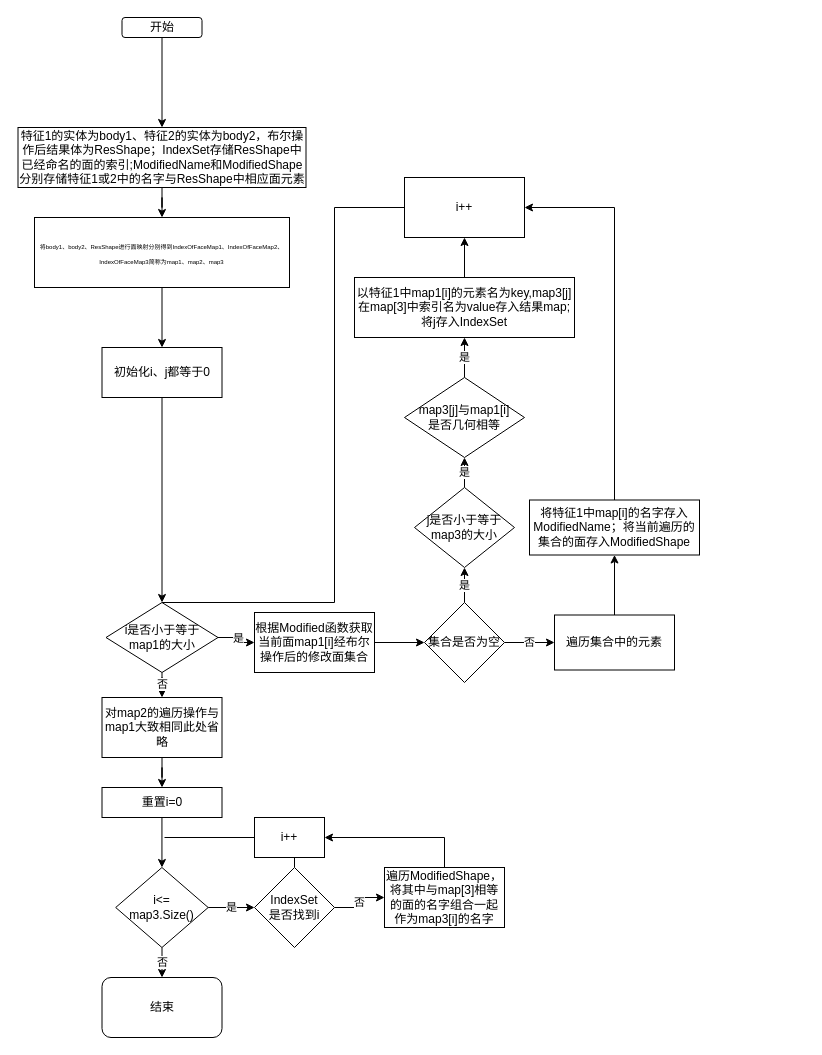
Earlier version of the draw.io diagram 属性传递机制.drawio (liuhuliuhu123/First-test). Source tidied: cells renumbered, new cells numbered last; positions are measured from the earlier drawing's top-left corner, leaving out a move shared by most shapes. Both pictures are drawn from the tidied source at 100%, with x=0, y=0 at pixel (18, 17).
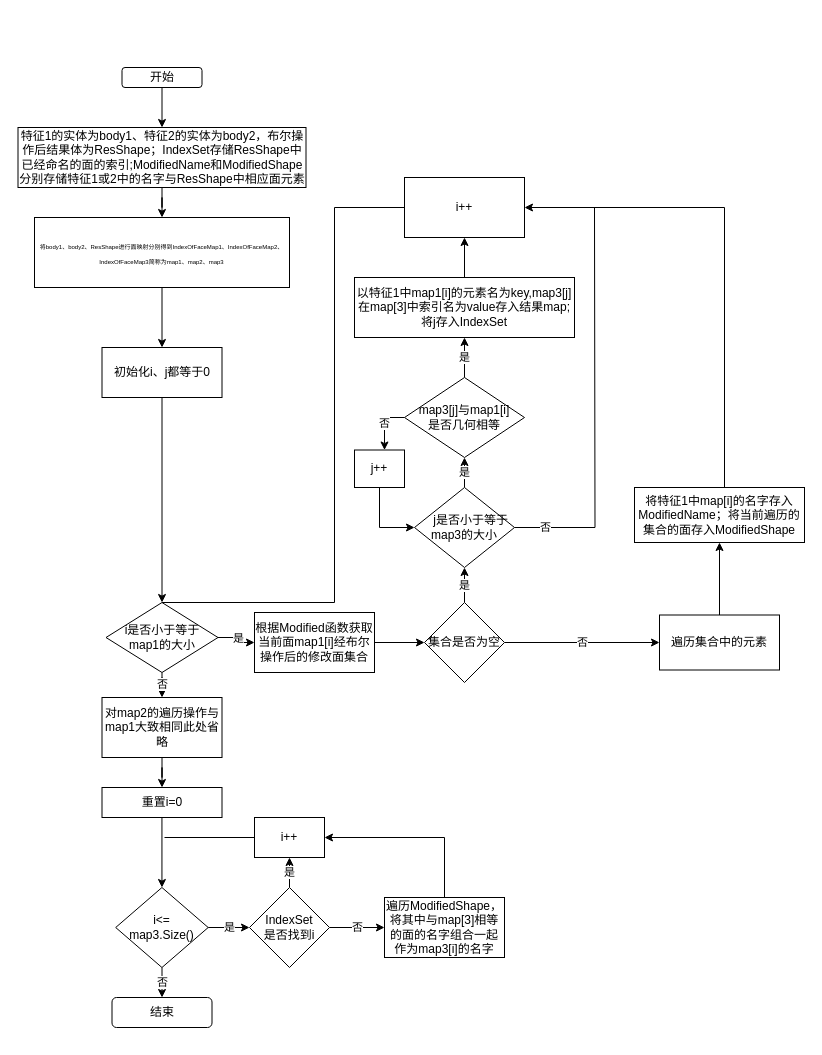
The same diagram, later.

Commit message:
更新属性传递机制.drawio

The change refers to these unchanged cells:
```xml
<mxCell id="21" value="i++" style="rounded=0;whiteSpace=wrap;html=1;" parent="1" vertex="1">
  <mxGeometry x="386" y="160" width="120" height="60" as="geometry" />
</mxCell>
<mxCell id="25" value="map3[j]与map1[i]&lt;br&gt;是否几何相等" style="rhombus;whiteSpace=wrap;html=1;" parent="1" vertex="1">
  <mxGeometry x="386" y="360" width="120" height="80" as="geometry" />
</mxCell>
<mxCell id="43" value="i++" style="rounded=0;whiteSpace=wrap;html=1;" parent="1" vertex="1">
  <mxGeometry x="236" y="800" width="70" height="40" as="geometry" />
</mxCell>
```

Change to the diagram source:
```diff
@@
     <mxCell id="3" value="开始" style="rounded=1;whiteSpace=wrap;html=1;" parent="1" vertex="1">
-      <mxGeometry x="103.5" width="80" height="20" as="geometry" />
+      <mxGeometry x="103.5" y="50" width="80" height="20" as="geometry" />
     </mxCell>
@@
     <mxCell id="18" value="遍历集合中的元素" style="rounded=0;whiteSpace=wrap;html=1;" parent="1" vertex="1">
-      <mxGeometry x="536" y="597.5" width="120" height="55" as="geometry" />
+      <mxGeometry x="641" y="597.5" width="120" height="55" as="geometry" />
     </mxCell>
@@
-    <mxCell id="23" value="j是否小于等于&lt;br&gt;map3的大小" style="rhombus;whiteSpace=wrap;html=1;" parent="1" vertex="1">
+    <mxCell id="23" value="&amp;nbsp; &amp;nbsp; j是否小于等于&lt;br&gt;map3的大小" style="rhombus;whiteSpace=wrap;html=1;" parent="1" vertex="1">
       <mxGeometry x="396" y="470" width="100" height="80" as="geometry" />
     </mxCell>
@@
+    <mxCell id="46" value="否" style="edgeStyle=orthogonalEdgeStyle;rounded=0;jettySize=auto;html=1;" parent="1" edge="1" source="25" target="48">
+      <mxGeometry relative="1" as="geometry">
+        <Array as="points">
+          <mxPoint x="366" y="400" />
+        </Array>
+      </mxGeometry>
+    </mxCell>
@@
     <mxCell id="29" style="edgeStyle=orthogonalEdgeStyle;rounded=0;jettySize=auto;html=1;entryX=1;entryY=0.5;entryDx=0;entryDy=0;" parent="1" edge="1" source="30" target="21">
       <mxGeometry relative="1" as="geometry">
         <Array as="points">
-          <mxPoint x="596" y="190" />
+          <mxPoint x="706" y="190" />
         </Array>
       </mxGeometry>
     </mxCell>
     <mxCell id="30" value="将特征1中map[i]的名字存入ModifiedName；将当前遍历的集合的面存入ModifiedShape" style="rounded=0;whiteSpace=wrap;html=1;" parent="1" vertex="1">
-      <mxGeometry x="511" y="482.5" width="170" height="55" as="geometry" />
+      <mxGeometry x="616" y="470" width="170" height="55" as="geometry" />
     </mxCell>
@@
     <mxCell id="37" value="i&amp;lt;=&lt;br&gt;map3.Size()" style="rhombus;whiteSpace=wrap;html=1;" parent="1" vertex="1">
-      <mxGeometry x="97.2" y="850" width="92.5" height="80" as="geometry" />
+      <mxGeometry x="97.2" y="870" width="92.5" height="80" as="geometry" />
     </mxCell>
@@
-    <mxCell id="39" style="edgeStyle=orthogonalEdgeStyle;rounded=0;jettySize=auto;html=1;entryX=0.5;entryY=1;entryDx=0;entryDy=0;" parent="1" edge="1" source="40" target="43">
+    <mxCell id="39" value="是" style="edgeStyle=orthogonalEdgeStyle;rounded=0;jettySize=auto;html=1;entryX=0.5;entryY=1;entryDx=0;entryDy=0;" parent="1" edge="1" source="40" target="43">
       <mxGeometry relative="1" as="geometry" />
     </mxCell>
     <mxCell id="40" value="IndexSet&lt;br&gt;是否找到i" style="rhombus;whiteSpace=wrap;html=1;" parent="1" vertex="1">
-      <mxGeometry x="236" y="850" width="80" height="80" as="geometry" />
+      <mxGeometry x="231" y="870" width="80" height="80" as="geometry" />
     </mxCell>
@@
     <mxCell id="42" value="遍历ModifiedShape，将其中与map[3]相等的面的名字组合一起作为map3[i]的名字" style="rounded=0;whiteSpace=wrap;html=1;" parent="1" vertex="1">
-      <mxGeometry x="366" y="850" width="120" height="60" as="geometry" />
+      <mxGeometry x="366" y="880" width="120" height="60" as="geometry" />
     </mxCell>
@@
     <mxCell id="44" value="结束" style="rounded=1;whiteSpace=wrap;html=1;" parent="1" vertex="1">
-      <mxGeometry x="83.5" y="960" width="120" height="60" as="geometry" />
+      <mxGeometry x="93.5" y="980" width="100" height="30" as="geometry" />
     </mxCell>
@@
+    <mxCell id="47" style="edgeStyle=orthogonalEdgeStyle;rounded=0;jettySize=auto;html=1;" parent="1" edge="1" source="48" target="23">
+      <mxGeometry relative="1" as="geometry">
+        <Array as="points">
+          <mxPoint x="361" y="510" />
+        </Array>
+      </mxGeometry>
+    </mxCell>
+    <mxCell id="48" value="j++" style="rounded=0;whiteSpace=wrap;html=1;" parent="1" vertex="1">
+      <mxGeometry x="336" y="432.5" width="50" height="37.5" as="geometry" />
+    </mxCell>
+    <mxCell id="49" style="endArrow=none;html=1;rounded=0;exitX=1;exitY=0.5;exitDx=0;exitDy=0;edgeStyle=orthogonalEdgeStyle;" parent="1" edge="1" source="23">
+      <mxGeometry relative="1" as="geometry">
+        <mxPoint x="576" y="190" as="targetPoint" />
+      </mxGeometry>
+    </mxCell>
+    <mxCell id="50" value="否" style="edgeLabel;html=1;align=center;verticalAlign=middle;" parent="49" vertex="1">
+      <mxGeometry x="-0.85" y="1" relative="1" as="geometry" />
+    </mxCell>
```
